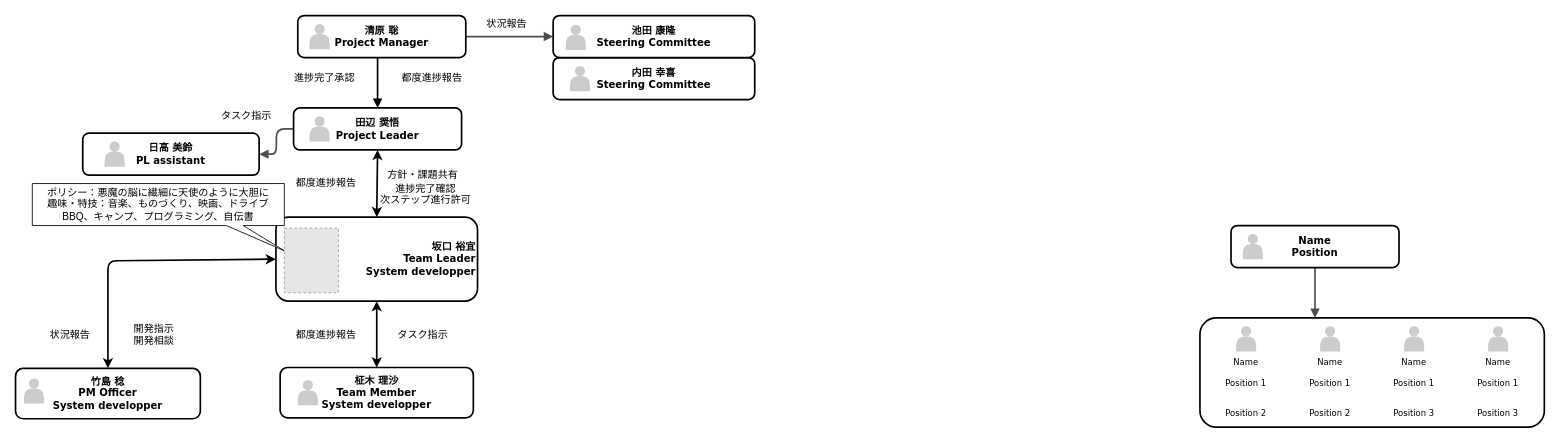
Above: Untitled Diagram.drawio in sakag-120/fwpj_team (draw.io), before the change. Source tidied: cells renumbered, new cells numbered last; positions are measured from the earlier drawing's top-left corner, leaving out a move shared by most shapes. Both pictures are drawn from the tidied source at 84%, with x=0, y=0 at pixel (15, 15). Pictures stored in the file or linked from it are replaced by grey dashed boxes.
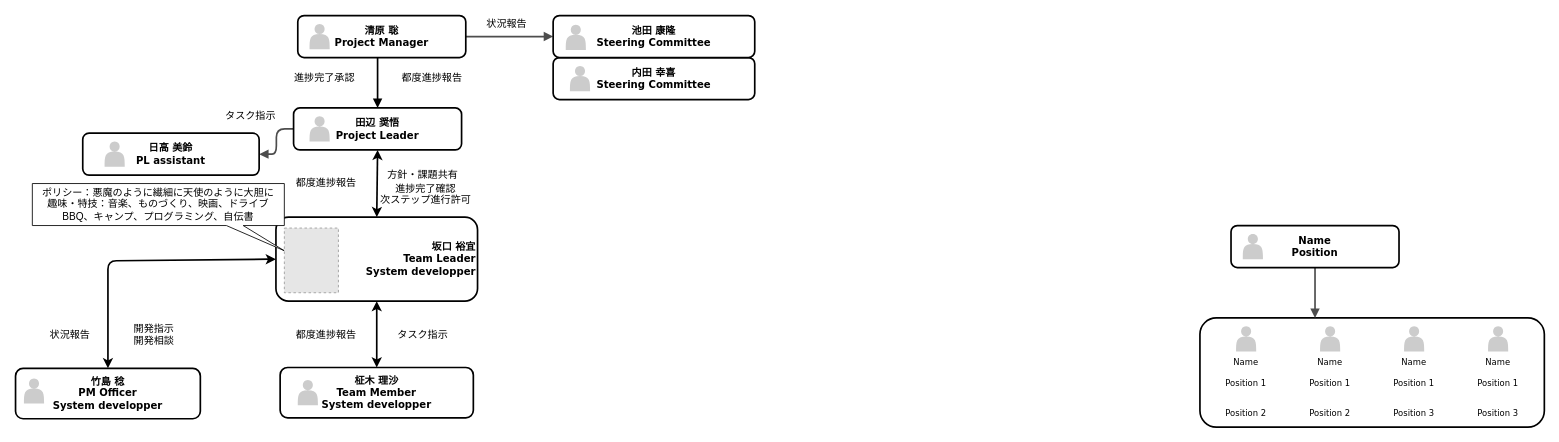
Above is the later version.

Diff of the diagram source:
```diff
@@
-    <mxCell id="34" value="&lt;div&gt;ポリシー：悪魔の脳に繊細に天使のように大胆に&lt;/div&gt;&lt;div&gt;趣味・特技：音楽、ものづくり、映画、ドライブ&lt;/div&gt;&lt;div&gt;BBQ、キャンプ、プログラミング、自伝書&lt;br&gt;&lt;/div&gt;" style="shape=callout;whiteSpace=wrap;html=1;perimeter=calloutPerimeter;position2=1;size=30;position=0.77;base=20;" parent="1" vertex="1">
+    <mxCell id="34" value="&lt;div&gt;ポリシー：悪魔のように繊細に天使のように大胆に&lt;/div&gt;&lt;div&gt;趣味・特技：音楽、ものづくり、映画、ドライブ&lt;/div&gt;&lt;div&gt;BBQ、キャンプ、プログラミング、自伝書&lt;br&gt;&lt;/div&gt;" style="shape=callout;whiteSpace=wrap;html=1;perimeter=calloutPerimeter;position2=1;size=30;position=0.77;base=20;" parent="1" vertex="1">
       <mxGeometry x="20" y="200" width="300" height="80" as="geometry" />
     </mxCell>
@@
     <mxCell id="48" value="タスク指示" style="text;html=1;strokeColor=none;fillColor=none;align=center;verticalAlign=middle;whiteSpace=wrap;rounded=0;" parent="1" vertex="1">
-      <mxGeometry x="240" y="110" width="70" height="20" as="geometry" />
+      <mxGeometry x="245" y="110" width="70" height="20" as="geometry" />
     </mxCell>
```
